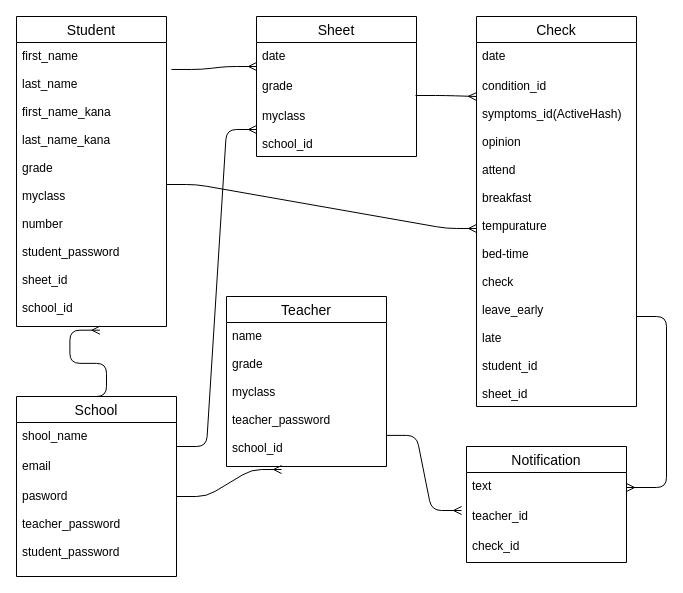
masataku/health_check keeps this draw.io diagram as ER.dio. Above is the earlier version. Source tidied: cells renumbered, new cells numbered last; positions are measured from the earlier drawing's top-left corner, leaving out a move shared by most shapes. Both pictures are drawn from the tidied source at 100%, with x=0, y=0 at pixel (16, 16).
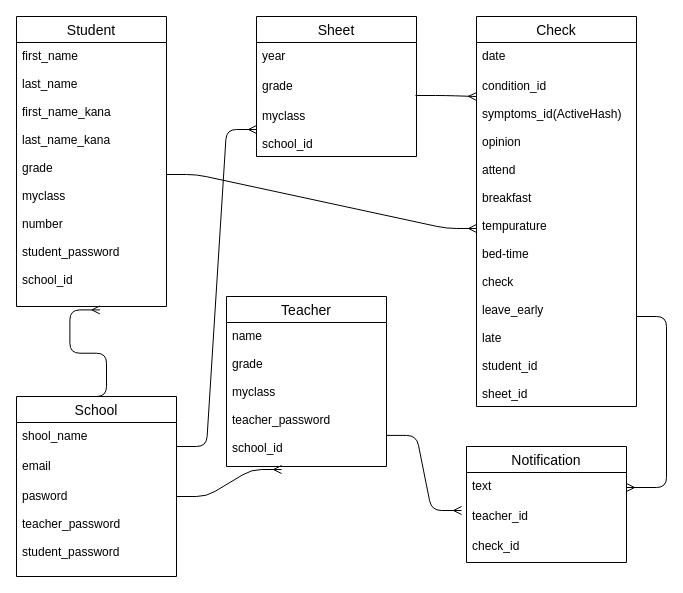
After the change.

The change refers to these unchanged cells:
```xml
<mxCell id="8" value="Sheet" style="swimlane;fontStyle=0;horizontal=1;startSize=26;align=center;fontSize=14;" parent="1" vertex="1">
  <mxGeometry x="240" width="160" height="140" as="geometry" />
</mxCell>
```

What changed in the source:
```diff
@@
     <mxCell id="2" value="Student" style="swimlane;fontStyle=0;horizontal=1;startSize=26;align=center;fontSize=14;" parent="1" vertex="1">
-      <mxGeometry width="150" height="310" as="geometry" />
+      <mxGeometry width="150" height="290" as="geometry" />
     </mxCell>
-    <mxCell id="3" value="first_name&#10;&#10;last_name&#10;&#10;first_name_kana&#10;&#10;last_name_kana&#10;&#10;grade&#10;&#10;myclass&#10;&#10;number&#10;&#10;student_password&#10;&#10;sheet_id&#10;&#10;school_id" style="text;strokeColor=none;fillColor=none;spacingLeft=4;spacingRight=4;overflow=hidden;points=[[0,0.5],[1,0.5]];portConstraint=eastwest;fontSize=12;" parent="2" vertex="1">
-      <mxGeometry y="26" width="150" height="284" as="geometry" />
+    <mxCell id="3" value="first_name&#10;&#10;last_name&#10;&#10;first_name_kana&#10;&#10;last_name_kana&#10;&#10;grade&#10;&#10;myclass&#10;&#10;number&#10;&#10;student_password&#10;&#10;school_id" style="text;strokeColor=none;fillColor=none;spacingLeft=4;spacingRight=4;overflow=hidden;points=[[0,0.5],[1,0.5]];portConstraint=eastwest;fontSize=12;" parent="2" vertex="1">
+      <mxGeometry y="26" width="150" height="264" as="geometry" />
     </mxCell>
@@
-    <mxCell id="9" value="date" style="text;strokeColor=none;fillColor=none;spacingLeft=4;spacingRight=4;overflow=hidden;fontSize=12;" parent="8" vertex="1">
+    <mxCell id="9" value="year" style="text;strokeColor=none;fillColor=none;spacingLeft=4;spacingRight=4;overflow=hidden;fontSize=12;" parent="8" vertex="1">
       <mxGeometry y="26" width="160" height="30" as="geometry" />
     </mxCell>
@@
-    <mxCell id="28" style="edgeStyle=entityRelationEdgeStyle;fontSize=12;html=1;endArrow=ERmany;exitX=1.033;exitY=0.095;exitDx=0;exitDy=0;exitPerimeter=0;" parent="1" edge="1" source="3">
-      <mxGeometry relative="1" as="geometry">
-        <mxPoint x="240" y="50" as="targetPoint" />
-      </mxGeometry>
-    </mxCell>
```
